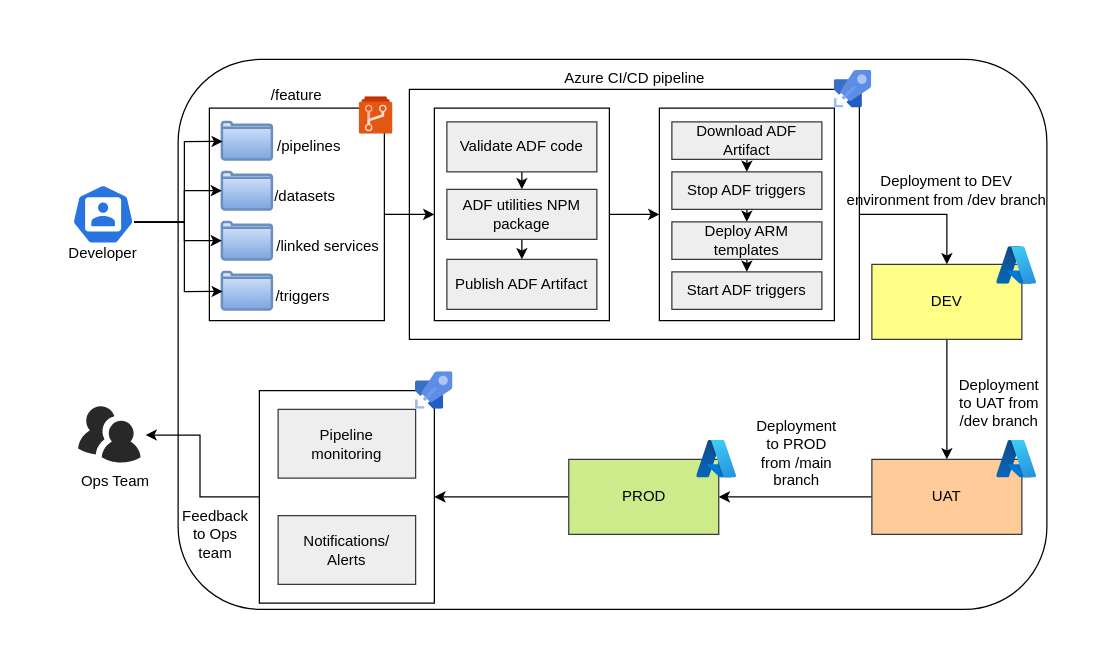
Before: Untitled Diagram.drawio in Sri-git-acc/python, a draw.io diagram. Source tidied: cells renumbered, new cells numbered last; positions are measured from the earlier drawing's top-left corner, leaving out a move shared by most shapes. Both pictures are drawn from the tidied source at 125%, with x=0, y=0 at pixel (65, 59).
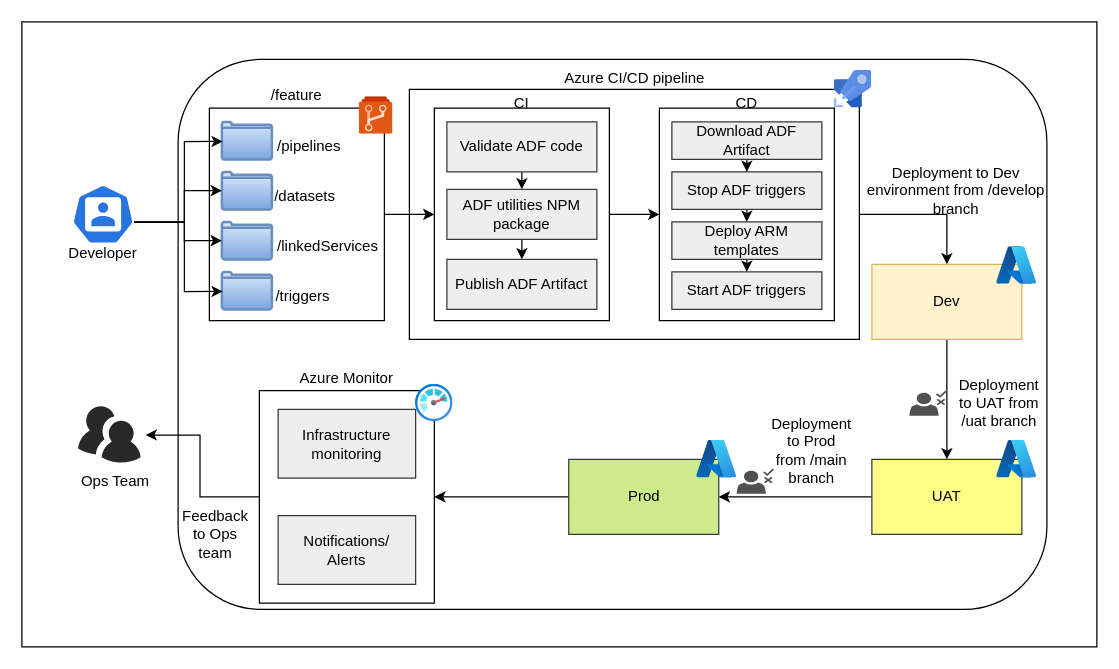
After the change.

Diff of the diagram source:
```diff
@@
+    <mxCell id="65" style="rounded=0;whiteSpace=wrap;html=1;" parent="1" vertex="1">
+      <mxGeometry x="-35" y="-30" width="860" height="500" as="geometry" />
+    </mxCell>
@@
-    <mxCell id="10" value="/linked services" style="text;html=1;whiteSpace=wrap;strokeColor=none;fillColor=none;align=center;verticalAlign=middle;rounded=0;" parent="1" vertex="1">
+    <mxCell id="10" value="/linkedServices" style="text;html=1;whiteSpace=wrap;strokeColor=none;fillColor=none;align=center;verticalAlign=middle;rounded=0;" parent="1" vertex="1">
       <mxGeometry x="165" y="140" width="90" height="20" as="geometry" />
     </mxCell>
@@
-    <mxCell id="41" style="rounded=0;whiteSpace=wrap;html=1;fillColor=#ffff88;strokeColor=#36393d;" parent="1" vertex="1">
+    <mxCell id="41" style="rounded=0;whiteSpace=wrap;html=1;fillColor=#fff2cc;strokeColor=#d6b656;" parent="1" vertex="1">
       <mxGeometry x="645" y="164" width="120" height="60" as="geometry" />
     </mxCell>
-    <mxCell id="42" value="DEV" style="text;html=1;whiteSpace=wrap;strokeColor=none;fillColor=none;align=center;verticalAlign=middle;rounded=0;" parent="1" vertex="1">
+    <mxCell id="42" value="Dev" style="text;html=1;whiteSpace=wrap;strokeColor=none;fillColor=none;align=center;verticalAlign=middle;rounded=0;" parent="1" vertex="1">
       <mxGeometry x="675" y="179" width="60" height="30" as="geometry" />
     </mxCell>
-    <mxCell id="43" value="Deployment to DEV environment from /dev branch" style="text;html=1;whiteSpace=wrap;strokeColor=none;fillColor=none;align=center;verticalAlign=middle;rounded=0;" parent="1" vertex="1">
-      <mxGeometry x="620" y="90" width="170" height="30" as="geometry" />
+    <mxCell id="43" value="Deployment to Dev environment from /develop branch" style="text;html=1;whiteSpace=wrap;strokeColor=none;fillColor=none;align=center;verticalAlign=middle;rounded=0;" parent="1" vertex="1">
+      <mxGeometry x="635" y="90" width="155" height="30" as="geometry" />
     </mxCell>
@@
-    <mxCell id="46" style="rounded=0;whiteSpace=wrap;html=1;fillColor=#ffcc99;strokeColor=#36393d;" parent="1" vertex="1">
+    <mxCell id="46" style="rounded=0;whiteSpace=wrap;html=1;fillColor=#ffff88;strokeColor=#36393d;" parent="1" vertex="1">
       <mxGeometry x="645" y="320" width="120" height="60" as="geometry" />
     </mxCell>
@@
-    <mxCell id="49" value="Deployment to UAT from /dev branch" style="text;html=1;whiteSpace=wrap;strokeColor=none;fillColor=none;align=center;verticalAlign=middle;rounded=0;" parent="1" vertex="1">
+    <mxCell id="49" value="Deployment to UAT from /uat branch" style="text;html=1;whiteSpace=wrap;strokeColor=none;fillColor=none;align=center;verticalAlign=middle;rounded=0;" parent="1" vertex="1">
       <mxGeometry x="716.8" y="260" width="60" height="30" as="geometry" />
     </mxCell>
@@
-    <mxCell id="53" value="PROD" style="text;html=1;whiteSpace=wrap;strokeColor=none;fillColor=none;align=center;verticalAlign=middle;rounded=0;" parent="1" vertex="1">
+    <mxCell id="53" value="Prod" style="text;html=1;whiteSpace=wrap;strokeColor=none;fillColor=none;align=center;verticalAlign=middle;rounded=0;" parent="1" vertex="1">
       <mxGeometry x="432.5" y="335" width="60" height="30" as="geometry" />
     </mxCell>
-    <mxCell id="54" value="Deployment to PROD from /main branch" style="text;html=1;whiteSpace=wrap;strokeColor=none;fillColor=none;align=center;verticalAlign=middle;rounded=0;" parent="1" vertex="1">
-      <mxGeometry x="555" y="300" width="60" height="30" as="geometry" />
+    <mxCell id="54" value="Deployment to Prod from /main branch" style="text;html=1;whiteSpace=wrap;strokeColor=none;fillColor=none;align=center;verticalAlign=middle;rounded=0;" parent="1" vertex="1">
+      <mxGeometry x="566.8" y="297.5" width="60" height="30" as="geometry" />
     </mxCell>
@@
-    <mxCell id="58" value="Pipeline monitoring" style="text;html=1;whiteSpace=wrap;strokeColor=none;fillColor=none;align=center;verticalAlign=middle;rounded=0;" parent="1" vertex="1">
+    <mxCell id="58" value="Infrastructure monitoring" style="text;html=1;whiteSpace=wrap;strokeColor=none;fillColor=none;align=center;verticalAlign=middle;rounded=0;" parent="1" vertex="1">
       <mxGeometry x="195" y="292.5" width="60" height="30" as="geometry" />
     </mxCell>
@@
-    <mxCell id="63" style="image;sketch=0;html=1;align=center;fontSize=12;image=img/lib/mscae/Azure_Pipelines.svg;" parent="1" vertex="1">
-      <mxGeometry x="280" y="250" width="30" height="30" as="geometry" />
-    </mxCell>
@@
+    <mxCell id="66" style="image;html=1;align=center;fontSize=12;image=img/lib/azure2/management_governance/Monitor.svg;rounded=0;strokeColor=default;verticalAlign=middle;fontFamily=Helvetica;fontColor=default;fillColor=default;" parent="1" vertex="1">
+      <mxGeometry x="280" y="260" width="30" height="30" as="geometry" />
+    </mxCell>
+    <mxCell id="67" style="sketch=0;shadow=0;dashed=0;html=1;strokeColor=none;fillColor=#505050;labelPosition=center;verticalLabelPosition=bottom;verticalAlign=top;align=center;shape=mxgraph.office.users.approver;" parent="1" vertex="1">
+      <mxGeometry x="675" y="265" width="30" height="20" as="geometry" />
+    </mxCell>
+    <mxCell id="68" style="sketch=0;shadow=0;dashed=0;html=1;strokeColor=none;fillColor=#505050;labelPosition=center;verticalLabelPosition=bottom;verticalAlign=top;align=center;shape=mxgraph.office.users.approver;" parent="1" vertex="1">
+      <mxGeometry x="536.8" y="327.5" width="30" height="20" as="geometry" />
+    </mxCell>
+    <mxCell id="69" value="CI" style="text;html=1;whiteSpace=wrap;strokeColor=none;fillColor=none;align=center;verticalAlign=middle;rounded=0;" parent="1" vertex="1">
+      <mxGeometry x="350" y="30" width="30" height="10" as="geometry" />
+    </mxCell>
+    <mxCell id="70" value="CD" style="text;html=1;whiteSpace=wrap;strokeColor=none;fillColor=none;align=center;verticalAlign=middle;rounded=0;" parent="1" vertex="1">
+      <mxGeometry x="530" y="30" width="30" height="10" as="geometry" />
+    </mxCell>
+    <mxCell id="71" value="Azure Monitor" style="text;html=1;whiteSpace=wrap;strokeColor=none;fillColor=none;align=center;verticalAlign=middle;rounded=0;" parent="1" vertex="1">
+      <mxGeometry x="185" y="240" width="80" height="30" as="geometry" />
+    </mxCell>
```
